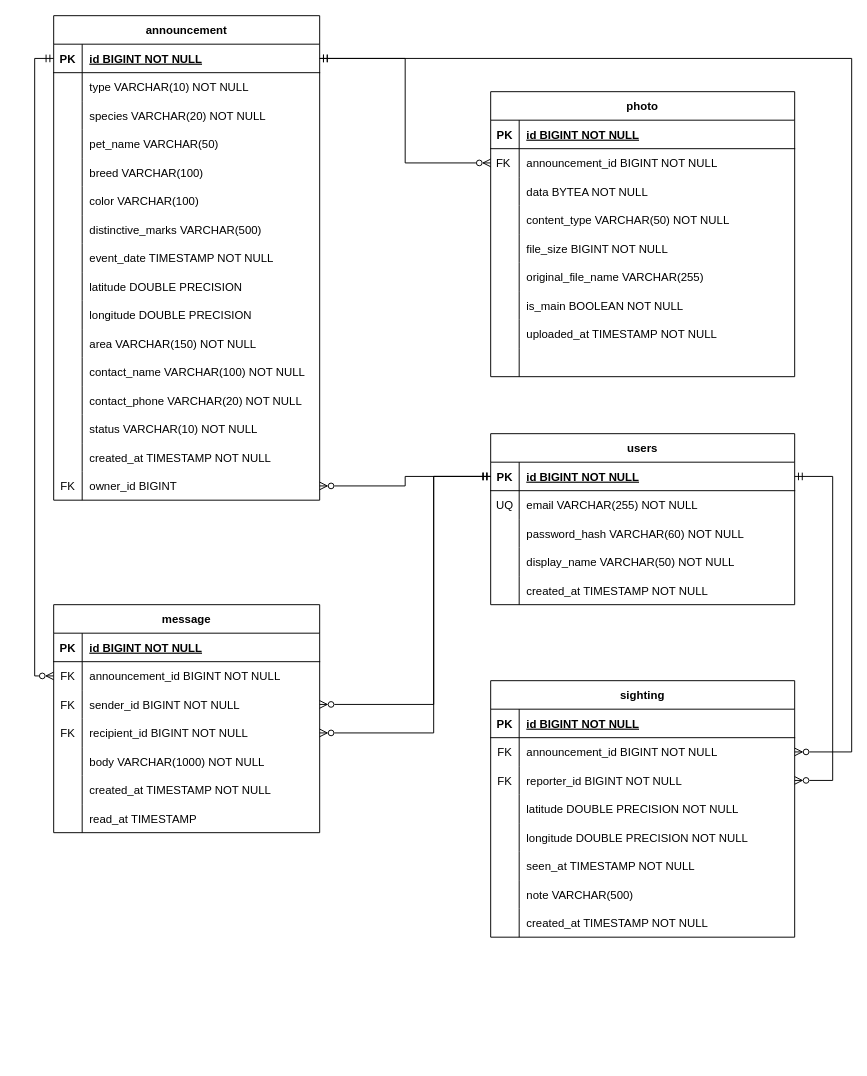
This is docs/db_stuff/SafePaws.drawio from NineLives-exe-UBB/safepaws, a draw.io file, before an edit. Source tidied: cells renumbered, new cells numbered last; positions are measured from the earlier drawing's top-left corner, leaving out a move shared by most shapes. Both pictures are drawn from the tidied source at 95%, with x=0, y=0 at pixel (34, 15).
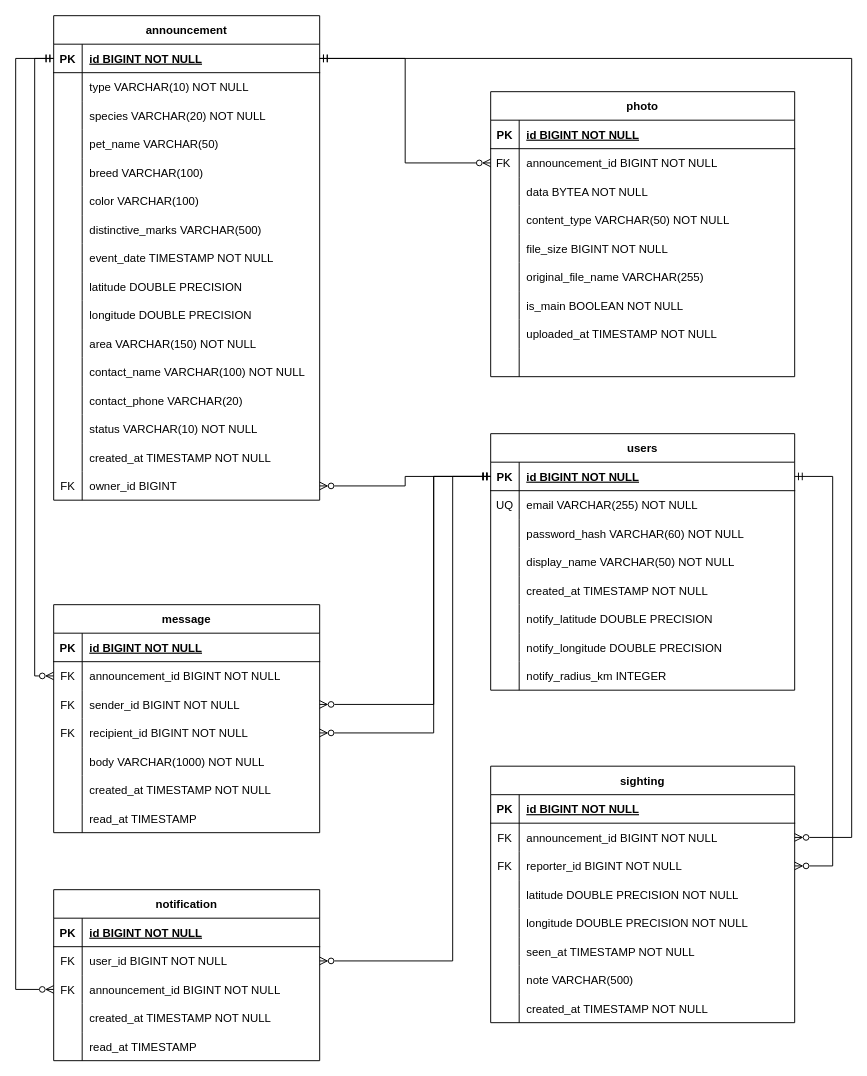
The same page after the edit.

The change refers to these unchanged cells:
```xml
<mxCell id="3" style="shape=tableRow;horizontal=0;startSize=0;swimlaneHead=0;swimlaneBody=0;fillColor=none;points=[[0,0.5],[1,0.5]];portConstraint=eastwest;strokeColor=inherit;top=0;left=0;right=0;bottom=1;" parent="2" vertex="1">
  <mxGeometry y="30" width="280" height="30" as="geometry" />
</mxCell>
<mxCell id="39" style="shape=tableRow;horizontal=0;startSize=0;swimlaneHead=0;swimlaneBody=0;fillColor=none;strokeColor=inherit;top=0;left=0;right=0;bottom=0;" parent="2" vertex="1">
  <mxGeometry y="390" width="280" height="30" as="geometry" />
</mxCell>
<mxCell id="81" style="shape=tableRow;horizontal=0;startSize=0;swimlaneHead=0;swimlaneBody=0;fillColor=none;points=[[0,0.5],[1,0.5]];portConstraint=eastwest;strokeColor=inherit;top=0;left=0;right=0;bottom=1;" parent="80" vertex="1">
  <mxGeometry y="30" width="320" height="30" as="geometry" />
</mxCell>
<mxCell id="122" style="shape=tableRow;horizontal=0;startSize=0;swimlaneHead=0;swimlaneBody=0;fillColor=none;points=[[0,0.5],[1,0.5]];portConstraint=eastwest;strokeColor=inherit;top=0;left=0;right=0;bottom=0;" parent="118" vertex="1">
  <mxGeometry y="60" width="320" height="30" as="geometry" />
</mxCell>
<mxCell id="125" style="shape=tableRow;horizontal=0;startSize=0;swimlaneHead=0;swimlaneBody=0;fillColor=none;points=[[0,0.5],[1,0.5]];portConstraint=eastwest;strokeColor=inherit;top=0;left=0;right=0;bottom=0;" parent="118" vertex="1">
  <mxGeometry y="90" width="320" height="30" as="geometry" />
</mxCell>
```

What changed in the source:
```diff
@@
-    <mxCell id="41" value="contact_phone VARCHAR(20) NOT NULL" style="shape=partialRectangle;overflow=hidden;fillColor=none;align=left;strokeColor=inherit;top=0;left=0;bottom=0;right=0;spacingLeft=6;" parent="39" vertex="1">
+    <mxCell id="41" value="contact_phone VARCHAR(20)" style="shape=partialRectangle;overflow=hidden;fillColor=none;align=left;strokeColor=inherit;top=0;left=0;bottom=0;right=0;spacingLeft=6;" parent="39" vertex="1">
       <mxGeometry x="30" width="250" height="30" as="geometry" />
     </mxCell>
@@
     <mxCell id="80" value="users" style="shape=table;startSize=30;childLayout=tableLayout;rowLines=0;fontStyle=1;align=center;" parent="1" vertex="1">
-      <mxGeometry x="480" y="440" width="320" height="180" as="geometry" />
+      <mxGeometry x="480" y="440" width="320" height="270" as="geometry" />
     </mxCell>
@@
+    <mxCell id="149" style="shape=tableRow;horizontal=0;startSize=0;swimlaneHead=0;swimlaneBody=0;fillColor=none;strokeColor=inherit;top=0;left=0;right=0;bottom=0;" parent="80" vertex="1">
+      <mxGeometry y="180" width="320" height="30" as="geometry" />
+    </mxCell>
+    <mxCell id="150" style="shape=partialRectangle;overflow=hidden;fillColor=none;strokeColor=inherit;top=0;left=0;bottom=0;right=0;" parent="149" vertex="1">
+      <mxGeometry width="30" height="30" as="geometry" />
+    </mxCell>
+    <mxCell id="151" value="notify_latitude DOUBLE PRECISION" style="shape=partialRectangle;overflow=hidden;fillColor=none;align=left;strokeColor=inherit;top=0;left=0;bottom=0;right=0;spacingLeft=6;" parent="149" vertex="1">
+      <mxGeometry x="30" width="290" height="30" as="geometry" />
+    </mxCell>
+    <mxCell id="152" style="shape=tableRow;horizontal=0;startSize=0;swimlaneHead=0;swimlaneBody=0;fillColor=none;strokeColor=inherit;top=0;left=0;right=0;bottom=0;" parent="80" vertex="1">
+      <mxGeometry y="210" width="320" height="30" as="geometry" />
+    </mxCell>
+    <mxCell id="153" style="shape=partialRectangle;overflow=hidden;fillColor=none;strokeColor=inherit;top=0;left=0;bottom=0;right=0;" parent="152" vertex="1">
+      <mxGeometry width="30" height="30" as="geometry" />
+    </mxCell>
+    <mxCell id="154" value="notify_longitude DOUBLE PRECISION" style="shape=partialRectangle;overflow=hidden;fillColor=none;align=left;strokeColor=inherit;top=0;left=0;bottom=0;right=0;spacingLeft=6;" parent="152" vertex="1">
+      <mxGeometry x="30" width="290" height="30" as="geometry" />
+    </mxCell>
+    <mxCell id="155" style="shape=tableRow;horizontal=0;startSize=0;swimlaneHead=0;swimlaneBody=0;fillColor=none;strokeColor=inherit;top=0;left=0;right=0;bottom=0;" parent="80" vertex="1">
+      <mxGeometry y="240" width="320" height="30" as="geometry" />
+    </mxCell>
+    <mxCell id="156" style="shape=partialRectangle;overflow=hidden;fillColor=none;strokeColor=inherit;top=0;left=0;bottom=0;right=0;" parent="155" vertex="1">
+      <mxGeometry width="30" height="30" as="geometry" />
+    </mxCell>
+    <mxCell id="157" value="notify_radius_km INTEGER" style="shape=partialRectangle;overflow=hidden;fillColor=none;align=left;strokeColor=inherit;top=0;left=0;bottom=0;right=0;spacingLeft=6;" parent="155" vertex="1">
+      <mxGeometry x="30" width="290" height="30" as="geometry" />
+    </mxCell>
@@
     <mxCell id="118" value="sighting" style="shape=table;startSize=30;childLayout=tableLayout;rowLines=0;fontStyle=1;align=center;" parent="1" vertex="1">
-      <mxGeometry x="480" y="700" width="320" height="270" as="geometry" />
+      <mxGeometry x="480" y="790" width="320" height="270" as="geometry" />
     </mxCell>
@@
     <mxCell id="147" style="edgeStyle=orthogonalEdgeStyle;rounded=0;jettySize=auto;html=1;defaultLabelBackgroundColor=page;startArrow=ERmandOne;startFill=0;endArrow=ERzeroToMany;endFill=0;exitX=1;exitY=0.5;exitDx=0;exitDy=0;entryX=1;entryY=0.5;entryDx=0;entryDy=0;" parent="1" edge="1" source="3" target="122">
       <mxGeometry relative="1" as="geometry">
         <Array as="points">
           <mxPoint x="860" y="45" />
-          <mxPoint x="860" y="775" />
+          <mxPoint x="860" y="865" />
         </Array>
       </mxGeometry>
     </mxCell>
     <mxCell id="148" style="edgeStyle=orthogonalEdgeStyle;rounded=0;jettySize=auto;html=1;defaultLabelBackgroundColor=page;startArrow=ERmandOne;startFill=0;endArrow=ERzeroToMany;endFill=0;exitX=1;exitY=0.5;exitDx=0;exitDy=0;entryX=1;entryY=0.5;entryDx=0;entryDy=0;" parent="1" edge="1" source="81" target="125">
       <mxGeometry relative="1" as="geometry">
         <Array as="points">
           <mxPoint x="840" y="485" />
-          <mxPoint x="840" y="805" />
+          <mxPoint x="840" y="895" />
         </Array>
       </mxGeometry>
     </mxCell>
+    <mxCell id="158" value="notification" style="shape=table;startSize=30;childLayout=tableLayout;rowLines=0;fontStyle=1;align=center;" parent="1" vertex="1">
+      <mxGeometry x="20" y="920" width="280" height="180" as="geometry" />
+    </mxCell>
+    <mxCell id="159" style="shape=tableRow;horizontal=0;startSize=0;swimlaneHead=0;swimlaneBody=0;fillColor=none;strokeColor=inherit;top=0;left=0;right=0;bottom=1;" parent="158" vertex="1">
+      <mxGeometry y="30" width="280" height="30" as="geometry" />
+    </mxCell>
+    <mxCell id="160" value="PK" style="shape=partialRectangle;overflow=hidden;fillColor=none;strokeColor=inherit;top=0;left=0;bottom=0;right=0;fontStyle=1;" parent="159" vertex="1">
+      <mxGeometry width="30" height="30" as="geometry" />
+    </mxCell>
+    <mxCell id="161" value="id BIGINT NOT NULL" style="shape=partialRectangle;overflow=hidden;fillColor=none;align=left;strokeColor=inherit;top=0;left=0;bottom=0;right=0;spacingLeft=6;fontStyle=5;" parent="159" vertex="1">
+      <mxGeometry x="30" width="250" height="30" as="geometry" />
+    </mxCell>
+    <mxCell id="162" style="shape=tableRow;horizontal=0;startSize=0;swimlaneHead=0;swimlaneBody=0;fillColor=none;points=[[0,0.5],[1,0.5]];portConstraint=eastwest;strokeColor=inherit;top=0;left=0;right=0;bottom=0;" parent="158" vertex="1">
+      <mxGeometry y="60" width="280" height="30" as="geometry" />
+    </mxCell>
+    <mxCell id="163" value="FK" style="shape=partialRectangle;overflow=hidden;fillColor=none;strokeColor=inherit;top=0;left=0;bottom=0;right=0;" parent="162" vertex="1">
+      <mxGeometry width="30" height="30" as="geometry" />
+    </mxCell>
+    <mxCell id="164" value="user_id BIGINT NOT NULL" style="shape=partialRectangle;overflow=hidden;fillColor=none;align=left;strokeColor=inherit;top=0;left=0;bottom=0;right=0;spacingLeft=6;" parent="162" vertex="1">
+      <mxGeometry x="30" width="250" height="30" as="geometry" />
+    </mxCell>
+    <mxCell id="165" style="shape=tableRow;horizontal=0;startSize=0;swimlaneHead=0;swimlaneBody=0;fillColor=none;points=[[0,0.5],[1,0.5]];portConstraint=eastwest;strokeColor=inherit;top=0;left=0;right=0;bottom=0;" parent="158" vertex="1">
+      <mxGeometry y="90" width="280" height="30" as="geometry" />
+    </mxCell>
+    <mxCell id="166" value="FK" style="shape=partialRectangle;overflow=hidden;fillColor=none;strokeColor=inherit;top=0;left=0;bottom=0;right=0;" parent="165" vertex="1">
+      <mxGeometry width="30" height="30" as="geometry" />
+    </mxCell>
+    <mxCell id="167" value="announcement_id BIGINT NOT NULL" style="shape=partialRectangle;overflow=hidden;fillColor=none;align=left;strokeColor=inherit;top=0;left=0;bottom=0;right=0;spacingLeft=6;" parent="165" vertex="1">
+      <mxGeometry x="30" width="250" height="30" as="geometry" />
+    </mxCell>
+    <mxCell id="168" style="shape=tableRow;horizontal=0;startSize=0;swimlaneHead=0;swimlaneBody=0;fillColor=none;strokeColor=inherit;top=0;left=0;right=0;bottom=0;" parent="158" vertex="1">
+      <mxGeometry y="120" width="280" height="30" as="geometry" />
+    </mxCell>
+    <mxCell id="169" style="shape=partialRectangle;overflow=hidden;fillColor=none;strokeColor=inherit;top=0;left=0;bottom=0;right=0;" parent="168" vertex="1">
+      <mxGeometry width="30" height="30" as="geometry" />
+    </mxCell>
+    <mxCell id="170" value="created_at TIMESTAMP NOT NULL" style="shape=partialRectangle;overflow=hidden;fillColor=none;align=left;strokeColor=inherit;top=0;left=0;bottom=0;right=0;spacingLeft=6;" parent="168" vertex="1">
+      <mxGeometry x="30" width="250" height="30" as="geometry" />
+    </mxCell>
+    <mxCell id="171" style="shape=tableRow;horizontal=0;startSize=0;swimlaneHead=0;swimlaneBody=0;fillColor=none;strokeColor=inherit;top=0;left=0;right=0;bottom=0;" parent="158" vertex="1">
+      <mxGeometry y="150" width="280" height="30" as="geometry" />
+    </mxCell>
+    <mxCell id="172" style="shape=partialRectangle;overflow=hidden;fillColor=none;strokeColor=inherit;top=0;left=0;bottom=0;right=0;" parent="171" vertex="1">
+      <mxGeometry width="30" height="30" as="geometry" />
+    </mxCell>
+    <mxCell id="173" value="read_at TIMESTAMP" style="shape=partialRectangle;overflow=hidden;fillColor=none;align=left;strokeColor=inherit;top=0;left=0;bottom=0;right=0;spacingLeft=6;" parent="171" vertex="1">
+      <mxGeometry x="30" width="250" height="30" as="geometry" />
+    </mxCell>
+    <mxCell id="174" style="edgeStyle=orthogonalEdgeStyle;rounded=0;jettySize=auto;html=1;defaultLabelBackgroundColor=page;startArrow=ERmandOne;startFill=0;endArrow=ERzeroToMany;endFill=0;exitX=0;exitY=0.5;exitDx=0;exitDy=0;entryX=0;entryY=0.5;entryDx=0;entryDy=0;" parent="1" edge="1" source="3" target="165">
+      <mxGeometry relative="1" as="geometry">
+        <Array as="points">
+          <mxPoint x="-20" y="45" />
+          <mxPoint x="-20" y="1025" />
+        </Array>
+      </mxGeometry>
+    </mxCell>
+    <mxCell id="175" style="edgeStyle=orthogonalEdgeStyle;rounded=0;jettySize=auto;html=1;defaultLabelBackgroundColor=page;startArrow=ERmandOne;startFill=0;endArrow=ERzeroToMany;endFill=0;exitX=0;exitY=0.5;exitDx=0;exitDy=0;entryX=1;entryY=0.5;entryDx=0;entryDy=0;" parent="1" edge="1" source="81" target="162">
+      <mxGeometry relative="1" as="geometry">
+        <Array as="points">
+          <mxPoint x="440" y="485" />
+          <mxPoint x="440" y="995" />
+        </Array>
+      </mxGeometry>
+    </mxCell>
```
